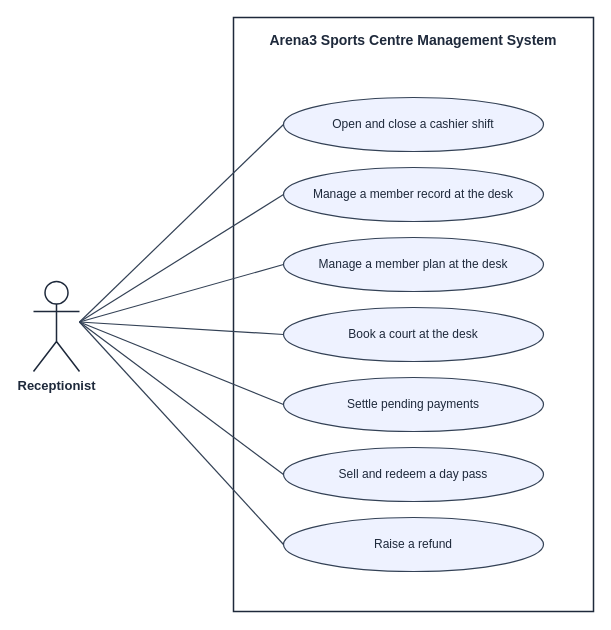
Before: docs/diagrams/srs/06-uc-desk-sales.drawio in facingshootingstar/Arena3, a draw.io diagram. Source tidied: cells renumbered, new cells numbered last; positions are measured from the earlier drawing's top-left corner, leaving out a move shared by most shapes. Both pictures are drawn from the tidied source at 100%, with x=0, y=0 at pixel (33, 17).
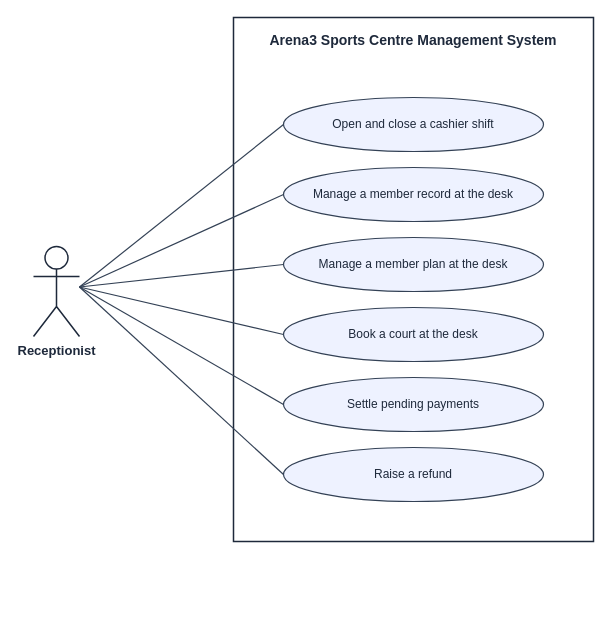
The same page after the edit.

What changed in the source:
```diff
@@
 <mxGraphModel background="#ffffff">
   <root>
     <mxCell id="0" />
     <mxCell id="1" parent="0" />
     <mxCell id="2" value="Arena3 Sports Centre Management System" style="rounded=0;whiteSpace=wrap;html=1;fillColor=none;strokeColor=#1e293b;strokeWidth=1.5;verticalAlign=top;align=center;spacingTop=8;fontFamily=Helvetica;fontSize=14;fontStyle=1;fontColor=#1e293b;" parent="1" vertex="1">
-      <mxGeometry x="200" width="360" height="594" as="geometry" />
+      <mxGeometry x="200" width="360" height="524" as="geometry" />
     </mxCell>
     <mxCell id="3" value="Open and close a cashier shift" style="ellipse;whiteSpace=wrap;html=1;fillColor=#eef2ff;strokeColor=#334155;strokeWidth=1.2;fontFamily=Helvetica;fontSize=12;fontColor=#1e293b;" parent="1" vertex="1">
       <mxGeometry x="250" y="80" width="260" height="54" as="geometry" />
     </mxCell>
     <mxCell id="4" value="Manage a member record at the desk" style="ellipse;whiteSpace=wrap;html=1;fillColor=#eef2ff;strokeColor=#334155;strokeWidth=1.2;fontFamily=Helvetica;fontSize=12;fontColor=#1e293b;" parent="1" vertex="1">
       <mxGeometry x="250" y="150" width="260" height="54" as="geometry" />
     </mxCell>
     <mxCell id="5" value="Manage a member plan at the desk" style="ellipse;whiteSpace=wrap;html=1;fillColor=#eef2ff;strokeColor=#334155;strokeWidth=1.2;fontFamily=Helvetica;fontSize=12;fontColor=#1e293b;" parent="1" vertex="1">
       <mxGeometry x="250" y="220" width="260" height="54" as="geometry" />
     </mxCell>
     <mxCell id="6" value="Book a court at the desk" style="ellipse;whiteSpace=wrap;html=1;fillColor=#eef2ff;strokeColor=#334155;strokeWidth=1.2;fontFamily=Helvetica;fontSize=12;fontColor=#1e293b;" parent="1" vertex="1">
       <mxGeometry x="250" y="290" width="260" height="54" as="geometry" />
     </mxCell>
     <mxCell id="7" value="Settle pending payments" style="ellipse;whiteSpace=wrap;html=1;fillColor=#eef2ff;strokeColor=#334155;strokeWidth=1.2;fontFamily=Helvetica;fontSize=12;fontColor=#1e293b;" parent="1" vertex="1">
       <mxGeometry x="250" y="360" width="260" height="54" as="geometry" />
     </mxCell>
-    <mxCell id="8" value="Sell and redeem a day pass" style="ellipse;whiteSpace=wrap;html=1;fillColor=#eef2ff;strokeColor=#334155;strokeWidth=1.2;fontFamily=Helvetica;fontSize=12;fontColor=#1e293b;" parent="1" vertex="1">
+    <mxCell id="8" value="Raise a refund" style="ellipse;whiteSpace=wrap;html=1;fillColor=#eef2ff;strokeColor=#334155;strokeWidth=1.2;fontFamily=Helvetica;fontSize=12;fontColor=#1e293b;" parent="1" vertex="1">
       <mxGeometry x="250" y="430" width="260" height="54" as="geometry" />
     </mxCell>
-    <mxCell id="9" value="Raise a refund" style="ellipse;whiteSpace=wrap;html=1;fillColor=#eef2ff;strokeColor=#334155;strokeWidth=1.2;fontFamily=Helvetica;fontSize=12;fontColor=#1e293b;" parent="1" vertex="1">
-      <mxGeometry x="250" y="500" width="260" height="54" as="geometry" />
-    </mxCell>
     <mxCell id="10" value="Receptionist" style="shape=umlActor;verticalLabelPosition=bottom;verticalAlign=top;html=1;outlineConnect=0;fillColor=#ffffff;strokeColor=#1e293b;strokeWidth=1.5;fontFamily=Helvetica;fontSize=13;fontStyle=1;fontColor=#1e293b;" parent="1" vertex="1">
-      <mxGeometry y="264" width="46" height="90" as="geometry" />
+      <mxGeometry y="229" width="46" height="90" as="geometry" />
     </mxCell>
     <mxCell id="11" style="endArrow=none;html=1;rounded=0;edgeStyle=none;strokeColor=#334155;strokeWidth=1.2;exitX=1.0000;exitY=0.4500;exitDx=0;exitDy=0;exitPerimeter=0;entryX=0.0000;entryY=0.5000;entryDx=0;entryDy=0;entryPerimeter=0;" parent="1" edge="1" source="10" target="3">
       <mxGeometry relative="1" as="geometry" />
     </mxCell>
     <mxCell id="12" style="endArrow=none;html=1;rounded=0;edgeStyle=none;strokeColor=#334155;strokeWidth=1.2;exitX=1.0000;exitY=0.4500;exitDx=0;exitDy=0;exitPerimeter=0;entryX=0.0000;entryY=0.5000;entryDx=0;entryDy=0;entryPerimeter=0;" parent="1" edge="1" source="10" target="4">
       <mxGeometry relative="1" as="geometry" />
     </mxCell>
     <mxCell id="13" style="endArrow=none;html=1;rounded=0;edgeStyle=none;strokeColor=#334155;strokeWidth=1.2;exitX=1.0000;exitY=0.4500;exitDx=0;exitDy=0;exitPerimeter=0;entryX=0.0000;entryY=0.5000;entryDx=0;entryDy=0;entryPerimeter=0;" parent="1" edge="1" source="10" target="5">
       <mxGeometry relative="1" as="geometry" />
     </mxCell>
     <mxCell id="14" style="endArrow=none;html=1;rounded=0;edgeStyle=none;strokeColor=#334155;strokeWidth=1.2;exitX=1.0000;exitY=0.4500;exitDx=0;exitDy=0;exitPerimeter=0;entryX=0.0000;entryY=0.5000;entryDx=0;entryDy=0;entryPerimeter=0;" parent="1" edge="1" source="10" target="6">
       <mxGeometry relative="1" as="geometry" />
     </mxCell>
     <mxCell id="15" style="endArrow=none;html=1;rounded=0;edgeStyle=none;strokeColor=#334155;strokeWidth=1.2;exitX=1.0000;exitY=0.4500;exitDx=0;exitDy=0;exitPerimeter=0;entryX=0.0000;entryY=0.5000;entryDx=0;entryDy=0;entryPerimeter=0;" parent="1" edge="1" source="10" target="7">
       <mxGeometry relative="1" as="geometry" />
     </mxCell>
     <mxCell id="16" style="endArrow=none;html=1;rounded=0;edgeStyle=none;strokeColor=#334155;strokeWidth=1.2;exitX=1.0000;exitY=0.4500;exitDx=0;exitDy=0;exitPerimeter=0;entryX=0.0000;entryY=0.5000;entryDx=0;entryDy=0;entryPerimeter=0;" parent="1" edge="1" source="10" target="8">
       <mxGeometry relative="1" as="geometry" />
     </mxCell>
-    <mxCell id="17" style="endArrow=none;html=1;rounded=0;edgeStyle=none;strokeColor=#334155;strokeWidth=1.2;exitX=1.0000;exitY=0.4500;exitDx=0;exitDy=0;exitPerimeter=0;entryX=0.0000;entryY=0.5000;entryDx=0;entryDy=0;entryPerimeter=0;" parent="1" edge="1" source="10" target="9">
-      <mxGeometry relative="1" as="geometry" />
-    </mxCell>
   </root>
 </mxGraphModel>
```
